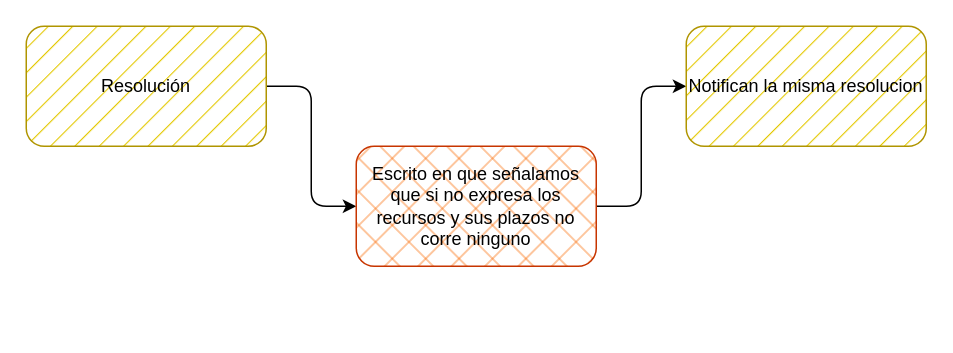
The draw.io diagram Untitled Diagram.drawio in FriendsAtDawn/drawio, before the edit. Source tidied: cells renumbered, new cells numbered last; positions are measured from the earlier drawing's top-left corner, leaving out a move shared by most shapes. Both pictures are drawn from the tidied source at 150%, with x=0, y=0 at pixel (26, 26).
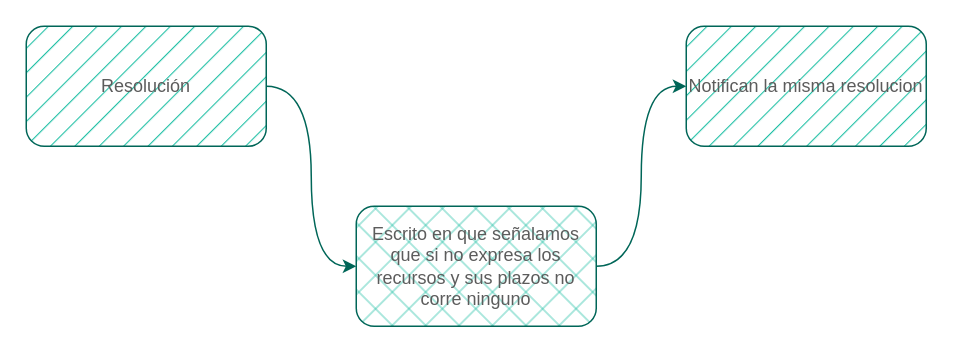
After the change.

Change to the diagram source:
```diff
@@
 <mxGraphModel>
   <root>
     <mxCell id="0" />
     <mxCell id="1" parent="0" />
-    <mxCell id="2" style="edgeStyle=orthogonalEdgeStyle;jettySize=auto;html=1;exitX=1;exitY=0.5;exitDx=0;exitDy=0;entryX=0;entryY=0.5;entryDx=0;entryDy=0;rounded=1;" parent="1" edge="1" source="3" target="5">
+    <mxCell id="2" style="edgeStyle=orthogonalEdgeStyle;jettySize=auto;html=1;exitX=1;exitY=0.5;exitDx=0;exitDy=0;entryX=0;entryY=0.5;entryDx=0;entryDy=0;curved=1;labelBackgroundColor=none;strokeColor=#006658;fontColor=default;" parent="1" edge="1" source="3" target="5">
       <mxGeometry relative="1" as="geometry" />
     </mxCell>
-    <mxCell id="3" value="Resolución" style="rounded=1;whiteSpace=wrap;html=1;fillColor=#e3c800;strokeColor=#B09500;fillStyle=hatch;fontColor=#000000;" parent="1" vertex="1">
+    <mxCell id="3" value="Resolución" style="rounded=1;whiteSpace=wrap;html=1;fillColor=#21C0A5;strokeColor=#006658;fillStyle=hatch;fontColor=#5C5C5C;labelBackgroundColor=none;" parent="1" vertex="1">
       <mxGeometry width="160" height="80" as="geometry" />
     </mxCell>
-    <mxCell id="4" style="edgeStyle=orthogonalEdgeStyle;rounded=1;jettySize=auto;html=1;exitX=1;exitY=0.5;exitDx=0;exitDy=0;entryX=0;entryY=0.5;entryDx=0;entryDy=0;" parent="1" edge="1" source="5" target="6">
-      <mxGeometry relative="1" as="geometry" />
+    <mxCell id="4" style="edgeStyle=orthogonalEdgeStyle;jettySize=auto;html=1;exitX=1;exitY=0.5;exitDx=0;exitDy=0;entryX=0;entryY=0.5;entryDx=0;entryDy=0;curved=1;labelBackgroundColor=none;strokeColor=#006658;fontColor=default;" parent="1" edge="1" source="5" target="6">
+      <mxGeometry relative="1" as="geometry">
+        <Array as="points">
+          <mxPoint x="410" y="160" />
+          <mxPoint x="410" y="40" />
+        </Array>
+      </mxGeometry>
     </mxCell>
-    <mxCell id="5" value="Escrito en que señalamos que si no expresa los recursos y sus plazos no corre ninguno" style="rounded=1;whiteSpace=wrap;html=1;fillColor=#fa6800;fontColor=#000000;strokeColor=#C73500;fillStyle=cross-hatch;" parent="1" vertex="1">
-      <mxGeometry x="220" y="80" width="160" height="80" as="geometry" />
+    <mxCell id="5" value="Escrito en que señalamos que si no expresa los recursos y sus plazos no corre ninguno" style="rounded=1;whiteSpace=wrap;html=1;fillColor=#21C0A5;fontColor=#5C5C5C;strokeColor=#006658;fillStyle=cross-hatch;labelBackgroundColor=none;" parent="1" vertex="1">
+      <mxGeometry x="220" y="120" width="160" height="80" as="geometry" />
     </mxCell>
-    <mxCell id="6" value="Notifican la misma resolucion" style="rounded=1;whiteSpace=wrap;html=1;fillColor=#e3c800;fontColor=#000000;strokeColor=#B09500;fillStyle=hatch;" parent="1" vertex="1">
+    <mxCell id="6" value="Notifican la misma resolucion" style="rounded=1;whiteSpace=wrap;html=1;fillColor=#21C0A5;fontColor=#5C5C5C;strokeColor=#006658;fillStyle=hatch;labelBackgroundColor=none;" parent="1" vertex="1">
       <mxGeometry x="440" width="160" height="80" as="geometry" />
     </mxCell>
   </root>
 </mxGraphModel>
```
